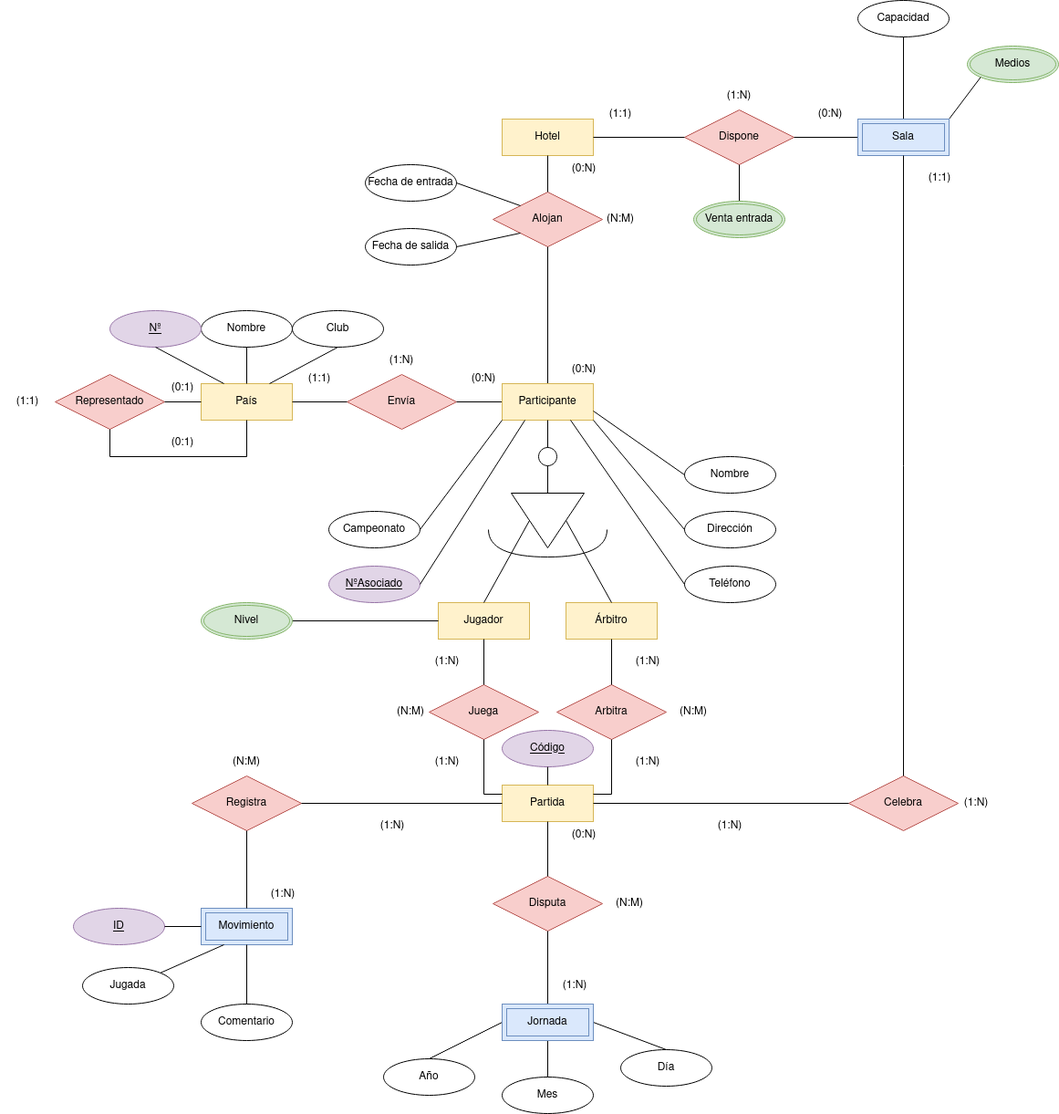
The draw.io diagram TAREAS/Tareas clase/E-R/E-R Campeonato del mundo ajedrez.drawio.png in samugd17/base-datos-bae-, before a commit. Source tidied: cells renumbered, new cells last; positions are measured from the earlier drawing's top-left corner, leaving out a move shared by most shapes.
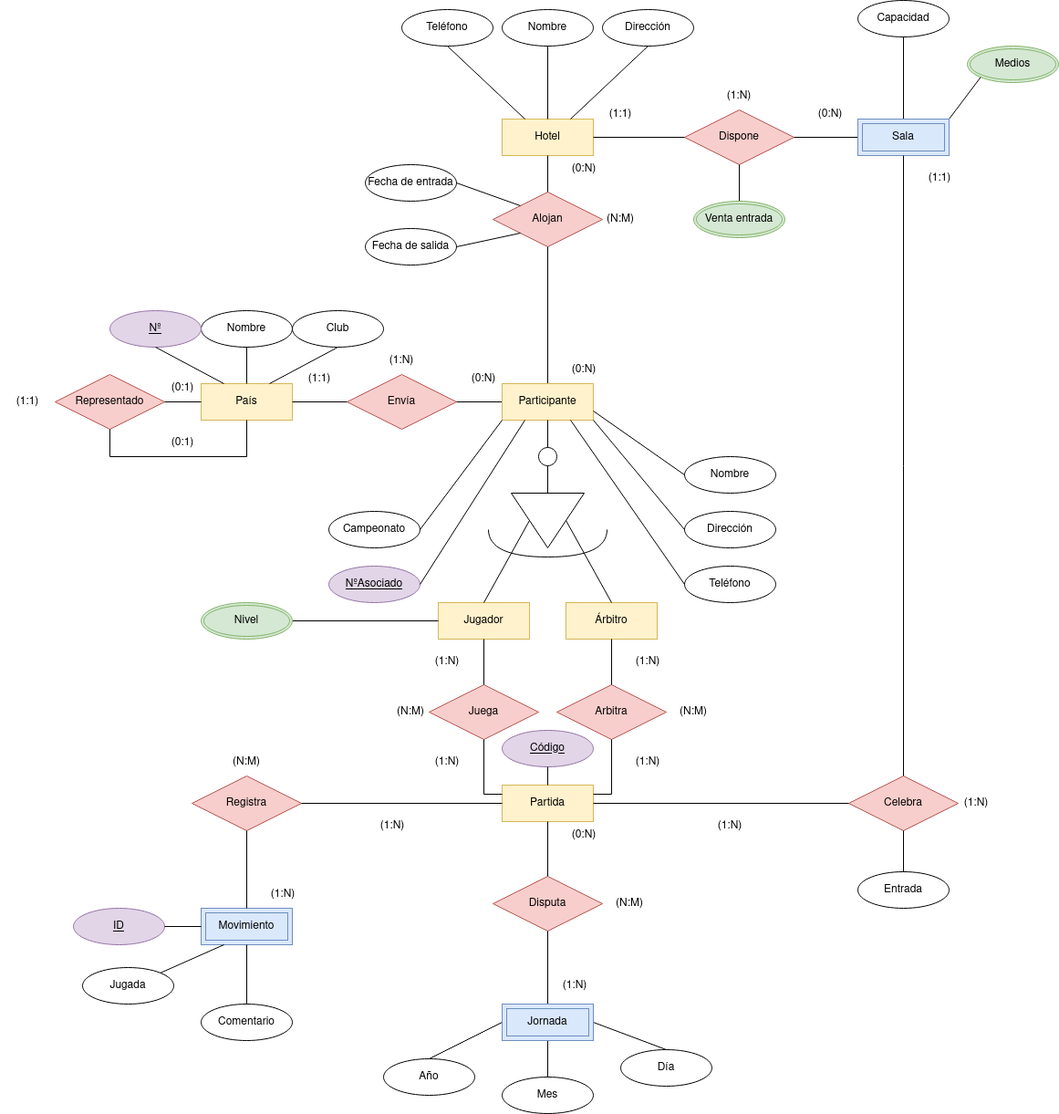
Above is the later version.

Diff of the diagram source:
```diff
@@ -353,5 +353,29 @@
     <mxCell id="113" value="(1:N)" style="text;html=1;strokeColor=none;fillColor=none;align=center;verticalAlign=middle;whiteSpace=wrap;rounded=0;" parent="1" vertex="1">
       <mxGeometry x="1040" y="865" width="60" height="30" as="geometry" />
     </mxCell>
+    <mxCell id="114" value="Entrada" style="ellipse;whiteSpace=wrap;html=1;align=center;" parent="1" vertex="1">
+      <mxGeometry x="940" y="955" width="100" height="40" as="geometry" />
+    </mxCell>
+    <mxCell id="115" style="endArrow=none;html=1;rounded=0;exitX=0.5;exitY=1;exitDx=0;exitDy=0;entryX=0.5;entryY=0;entryDx=0;entryDy=0;" parent="1" edge="1" source="85" target="114">
+      <mxGeometry relative="1" as="geometry" />
+    </mxCell>
+    <mxCell id="116" value="Dirección" style="ellipse;whiteSpace=wrap;html=1;align=center;" parent="1" vertex="1">
+      <mxGeometry x="660" y="10" width="100" height="40" as="geometry" />
+    </mxCell>
+    <mxCell id="117" value="Teléfono" style="ellipse;whiteSpace=wrap;html=1;align=center;" parent="1" vertex="1">
+      <mxGeometry x="440" y="10" width="100" height="40" as="geometry" />
+    </mxCell>
+    <mxCell id="118" value="Nombre" style="ellipse;whiteSpace=wrap;html=1;align=center;" parent="1" vertex="1">
+      <mxGeometry x="550" y="10" width="100" height="40" as="geometry" />
+    </mxCell>
+    <mxCell id="119" style="endArrow=none;html=1;rounded=0;entryX=0.5;entryY=1;entryDx=0;entryDy=0;exitX=0.25;exitY=0;exitDx=0;exitDy=0;" parent="1" edge="1" source="6" target="117">
+      <mxGeometry relative="1" as="geometry" />
+    </mxCell>
+    <mxCell id="120" style="endArrow=none;html=1;rounded=0;entryX=0.5;entryY=1;entryDx=0;entryDy=0;exitX=0.5;exitY=0;exitDx=0;exitDy=0;" parent="1" edge="1" source="6" target="118">
+      <mxGeometry relative="1" as="geometry" />
+    </mxCell>
+    <mxCell id="121" style="endArrow=none;html=1;rounded=0;entryX=0.75;entryY=0;entryDx=0;entryDy=0;exitX=0.5;exitY=1;exitDx=0;exitDy=0;" parent="1" edge="1" source="116" target="6">
+      <mxGeometry relative="1" as="geometry" />
+    </mxCell>
   </root>
 </mxGraphModel>
```
